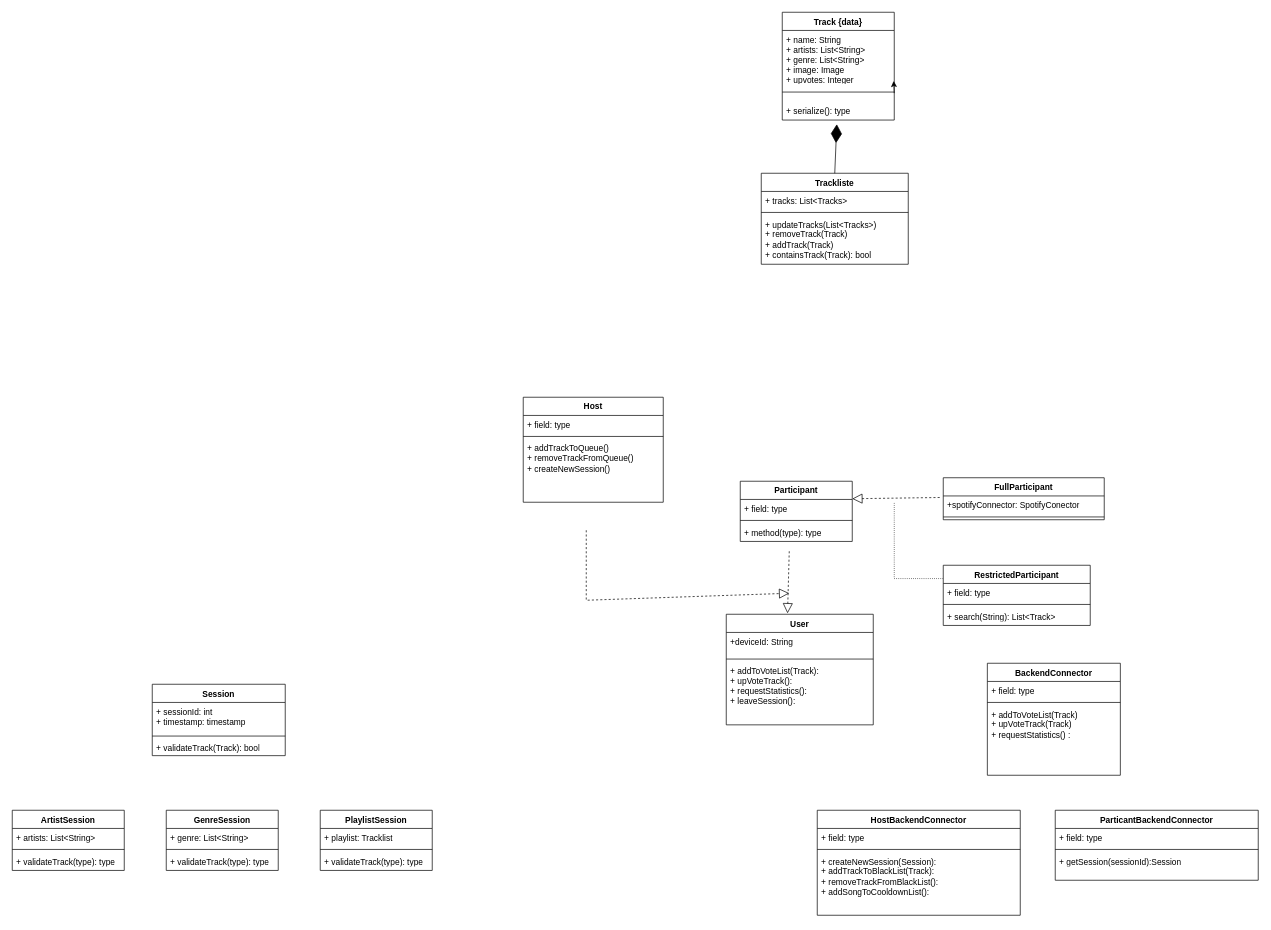
Before: Diagramme/NepTune.drawio in PaBu04/Neptune, a draw.io diagram. Source tidied: cells renumbered, new cells numbered last; positions are measured from the earlier drawing's top-left corner, leaving out a move shared by most shapes. Both pictures are drawn from the tidied source at 70%, with x=0, y=0 at pixel (12, 12).
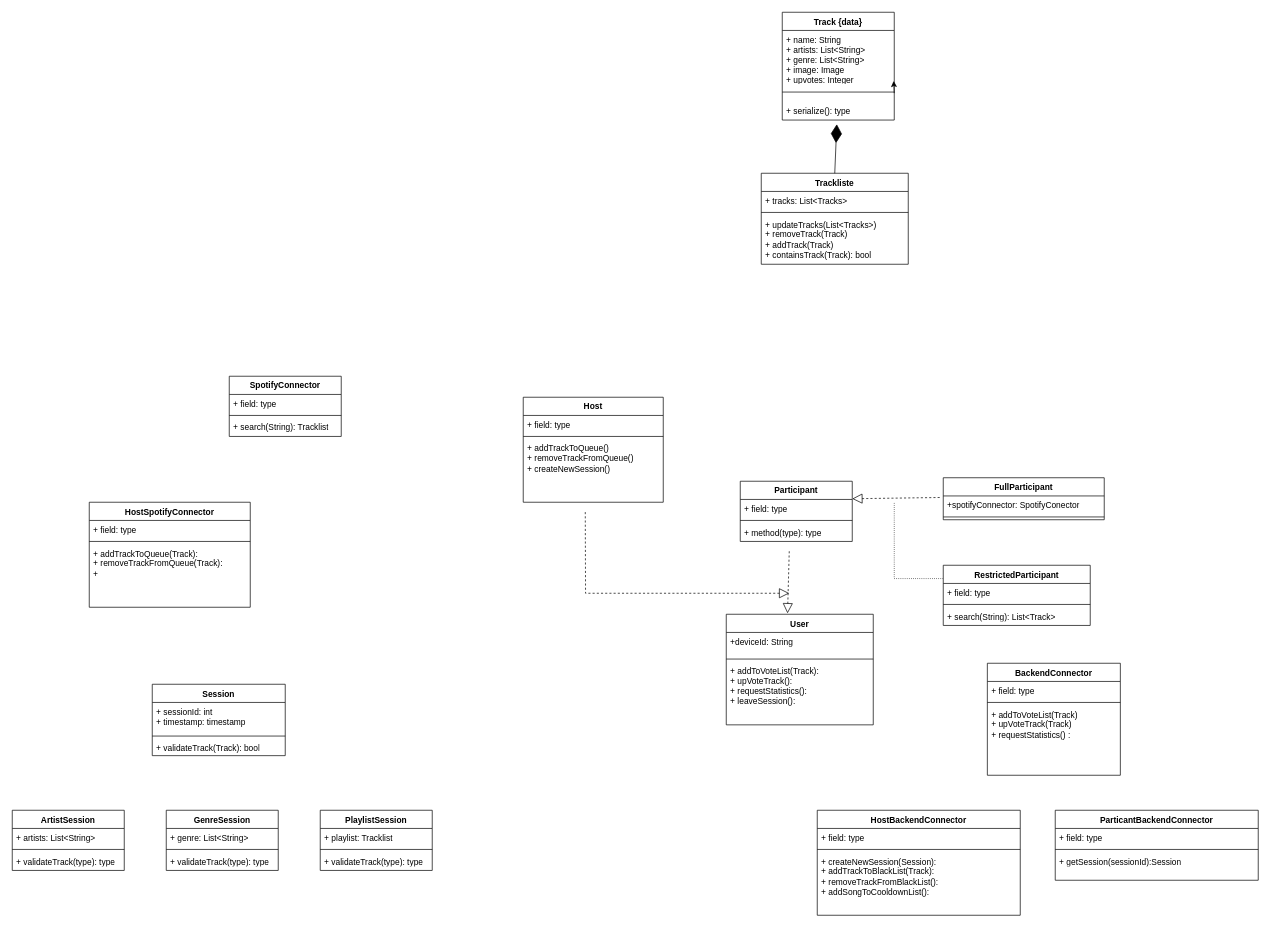
The same page after the edit.

The change refers to these unchanged cells:
```xml
<mxCell id="54" value="&lt;div&gt;+ addTrackToQueue()&lt;/div&gt;&lt;div&gt;+ removeTrackFromQueue()&lt;br&gt;&lt;/div&gt;&lt;div&gt;+ createNewSession()&lt;/div&gt;&lt;div&gt;&lt;br&gt;&lt;/div&gt;" style="text;strokeColor=none;fillColor=none;align=left;verticalAlign=top;spacingLeft=4;spacingRight=4;overflow=hidden;points=[[0,0.5],[1,0.5]];portConstraint=eastwest;whiteSpace=wrap;html=1;" parent="51" vertex="1">
  <mxGeometry y="60" width="200" height="90" as="geometry" />
</mxCell>
```

The edit, as a diff of the source:
```diff
@@
-    <mxCell id="24" style="endArrow=block;dashed=1;endFill=0;endSize=12;html=1;rounded=0;" parent="1" edge="1">
+    <mxCell id="24" style="endArrow=block;dashed=1;endFill=0;endSize=12;html=1;rounded=0;exitX=0.443;exitY=1.156;exitDx=0;exitDy=0;exitPerimeter=0;" parent="1" edge="1" source="54">
       <mxGeometry relative="1" as="geometry">
-        <mxPoint x="820" y="740" as="sourcePoint" />
         <mxPoint x="1110" y="830" as="targetPoint" />
         <Array as="points">
-          <mxPoint x="820" y="840" />
+          <mxPoint x="819" y="830" />
         </Array>
       </mxGeometry>
     </mxCell>
@@
+    <mxCell id="63" value="SpotifyConnector" style="swimlane;fontStyle=1;align=center;verticalAlign=top;horizontal=1;startSize=26;whiteSpace=wrap;html=1;" parent="1" vertex="1">
+      <mxGeometry x="310" y="520" width="160" height="86" as="geometry" />
+    </mxCell>
+    <mxCell id="64" value="+ field: type" style="text;strokeColor=none;fillColor=none;align=left;verticalAlign=top;spacingLeft=4;spacingRight=4;overflow=hidden;whiteSpace=wrap;html=1;" parent="63" vertex="1">
+      <mxGeometry y="26" width="160" height="26" as="geometry" />
+    </mxCell>
+    <mxCell id="65" style="line;strokeWidth=1;fillColor=none;align=left;verticalAlign=middle;spacingTop=-1;spacingLeft=3;spacingRight=3;labelPosition=right;strokeColor=inherit;" parent="63" vertex="1">
+      <mxGeometry y="52" width="160" height="8" as="geometry" />
+    </mxCell>
+    <mxCell id="66" value="+ search(String): Tracklist" style="text;strokeColor=none;fillColor=none;align=left;verticalAlign=top;spacingLeft=4;spacingRight=4;overflow=hidden;whiteSpace=wrap;html=1;" parent="63" vertex="1">
+      <mxGeometry y="60" width="160" height="26" as="geometry" />
+    </mxCell>
+    <mxCell id="67" value="HostSpotifyConnector" style="swimlane;fontStyle=1;align=center;verticalAlign=top;horizontal=1;startSize=26;whiteSpace=wrap;html=1;" parent="1" vertex="1">
+      <mxGeometry x="110" y="700" width="230" height="150" as="geometry" />
+    </mxCell>
+    <mxCell id="68" value="+ field: type" style="text;strokeColor=none;fillColor=none;align=left;verticalAlign=top;spacingLeft=4;spacingRight=4;overflow=hidden;whiteSpace=wrap;html=1;" parent="67" vertex="1">
+      <mxGeometry y="26" width="230" height="26" as="geometry" />
+    </mxCell>
+    <mxCell id="69" style="line;strokeWidth=1;fillColor=none;align=left;verticalAlign=middle;spacingTop=-1;spacingLeft=3;spacingRight=3;labelPosition=right;strokeColor=inherit;" parent="67" vertex="1">
+      <mxGeometry y="52" width="230" height="8" as="geometry" />
+    </mxCell>
+    <mxCell id="70" value="&lt;div&gt;+ addTrackToQueue(Track): &lt;br&gt;&lt;/div&gt;&lt;div&gt;+ removeTrackFromQueue(Track):&lt;br&gt;+ &lt;br&gt;&lt;/div&gt;" style="text;strokeColor=none;fillColor=none;align=left;verticalAlign=top;spacingLeft=4;spacingRight=4;overflow=hidden;whiteSpace=wrap;html=1;" parent="67" vertex="1">
+      <mxGeometry y="60" width="230" height="90" as="geometry" />
+    </mxCell>
```
